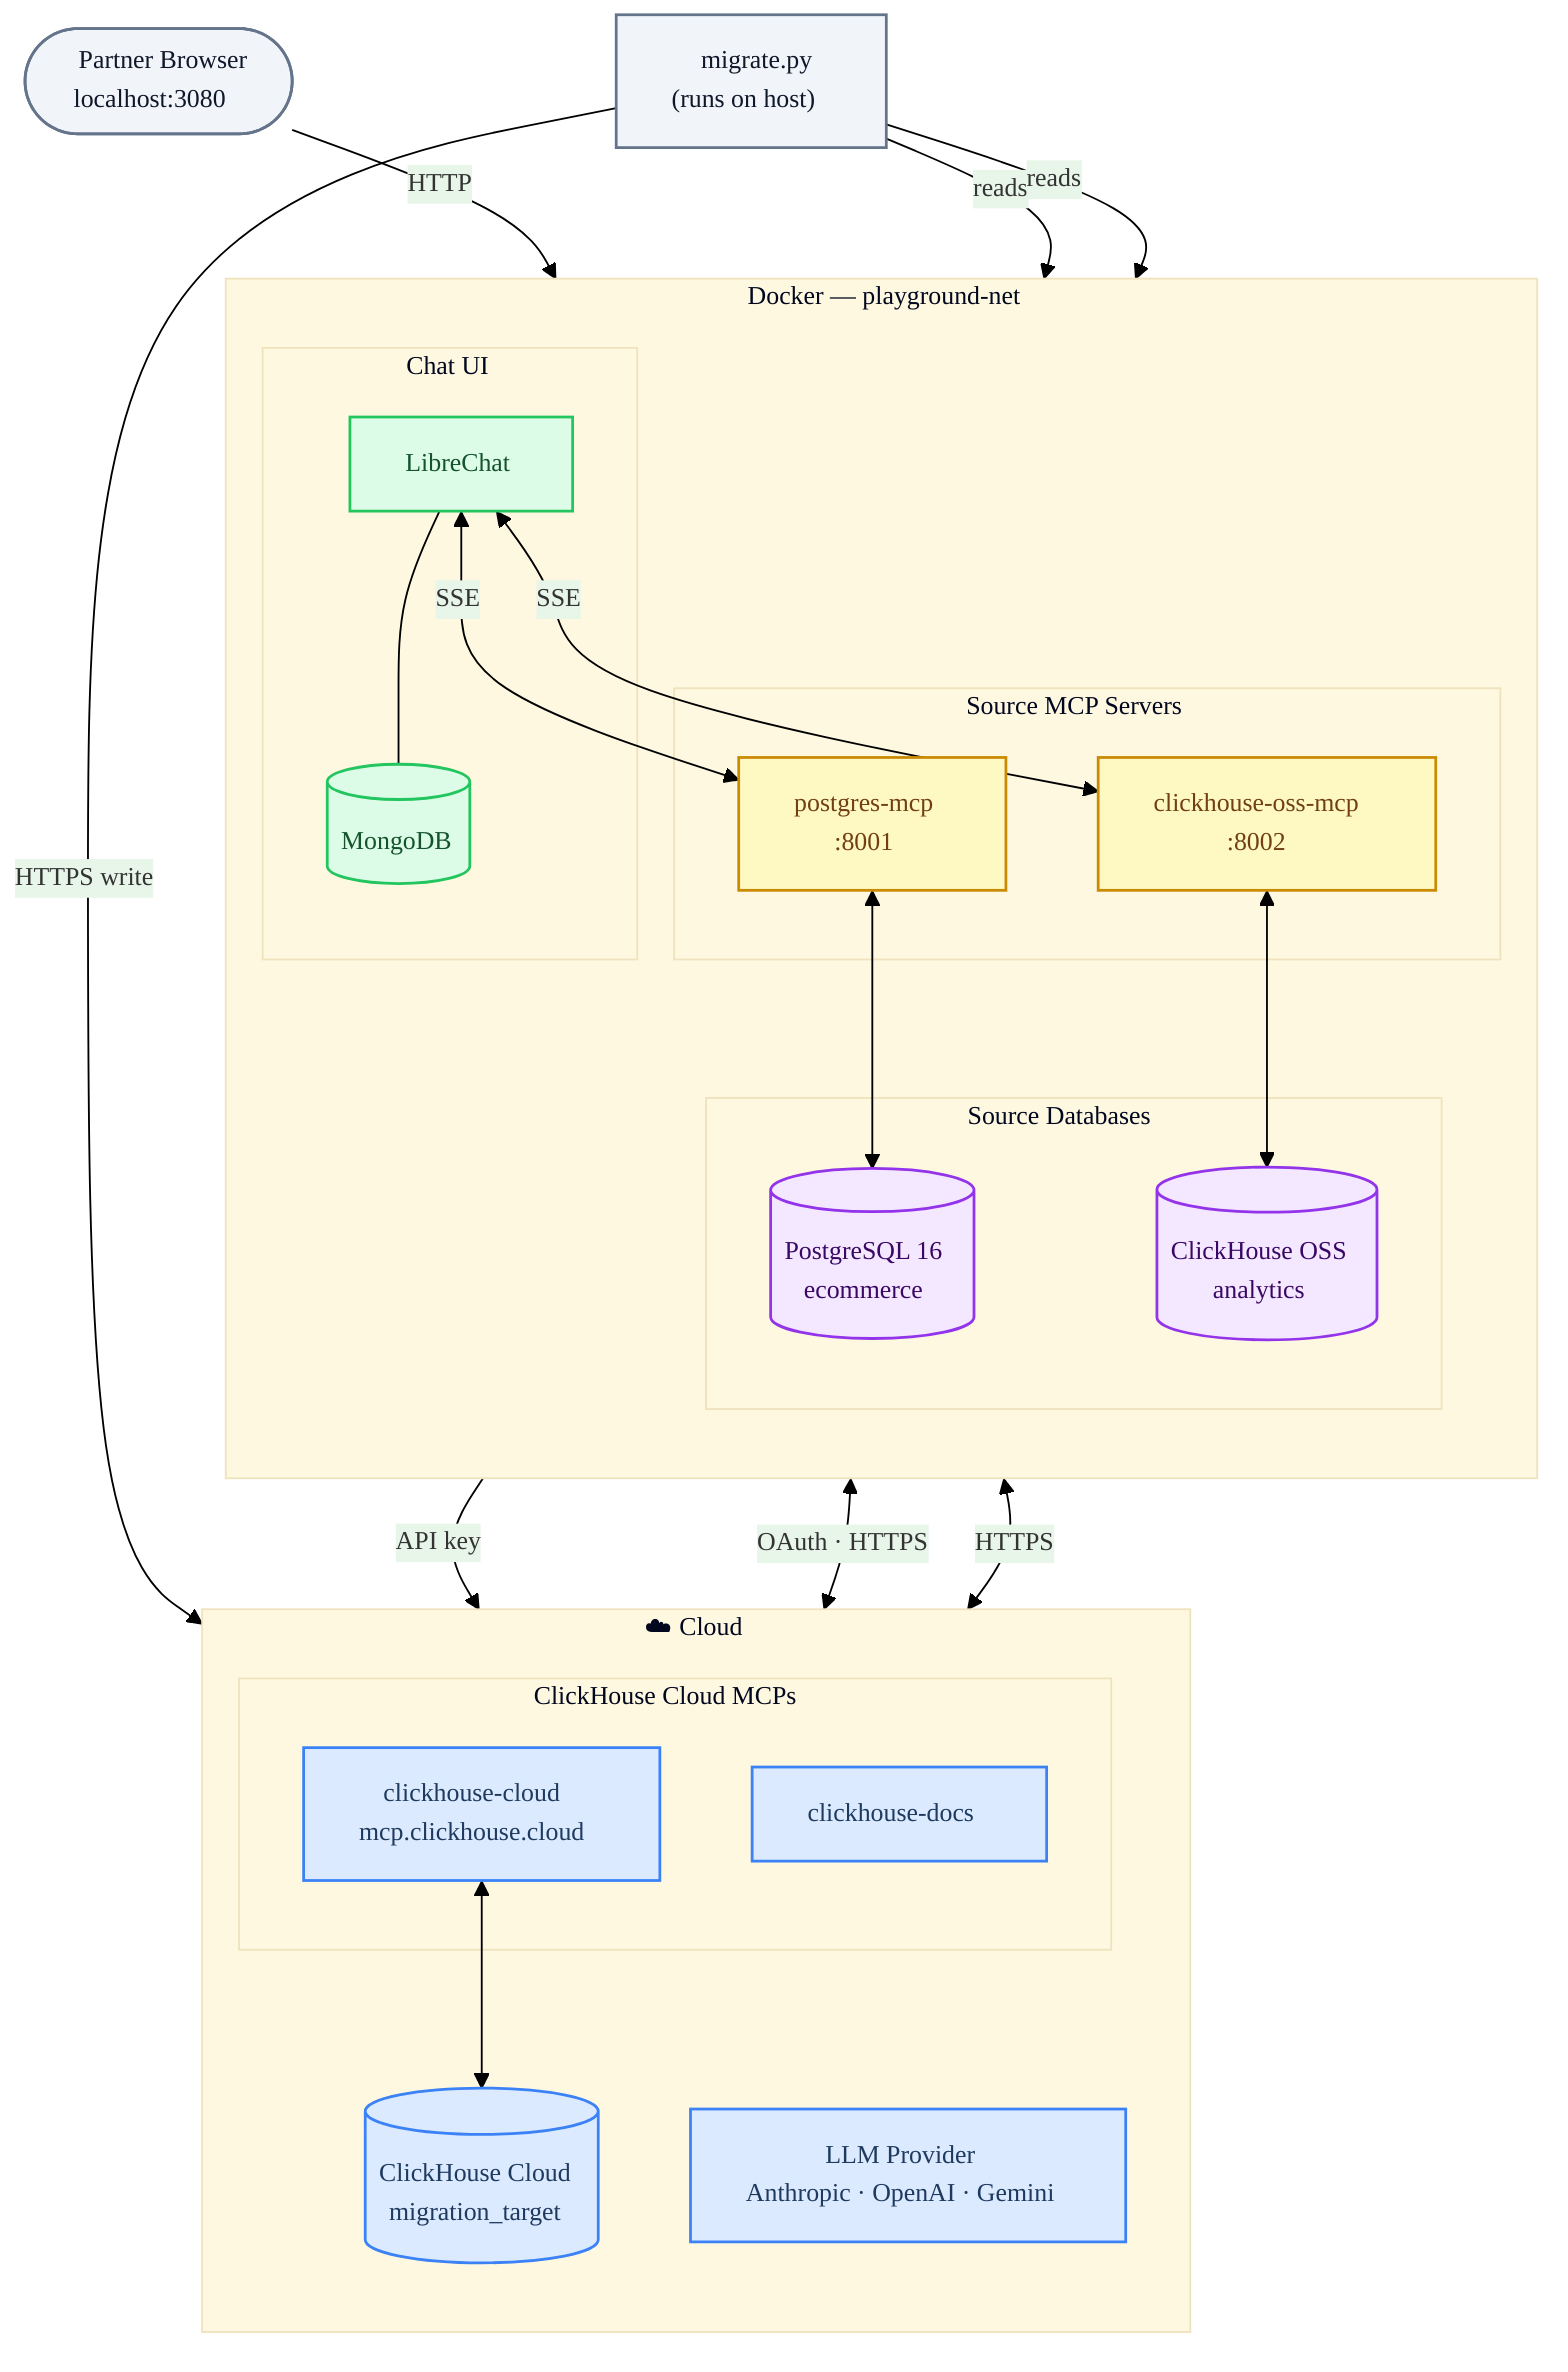
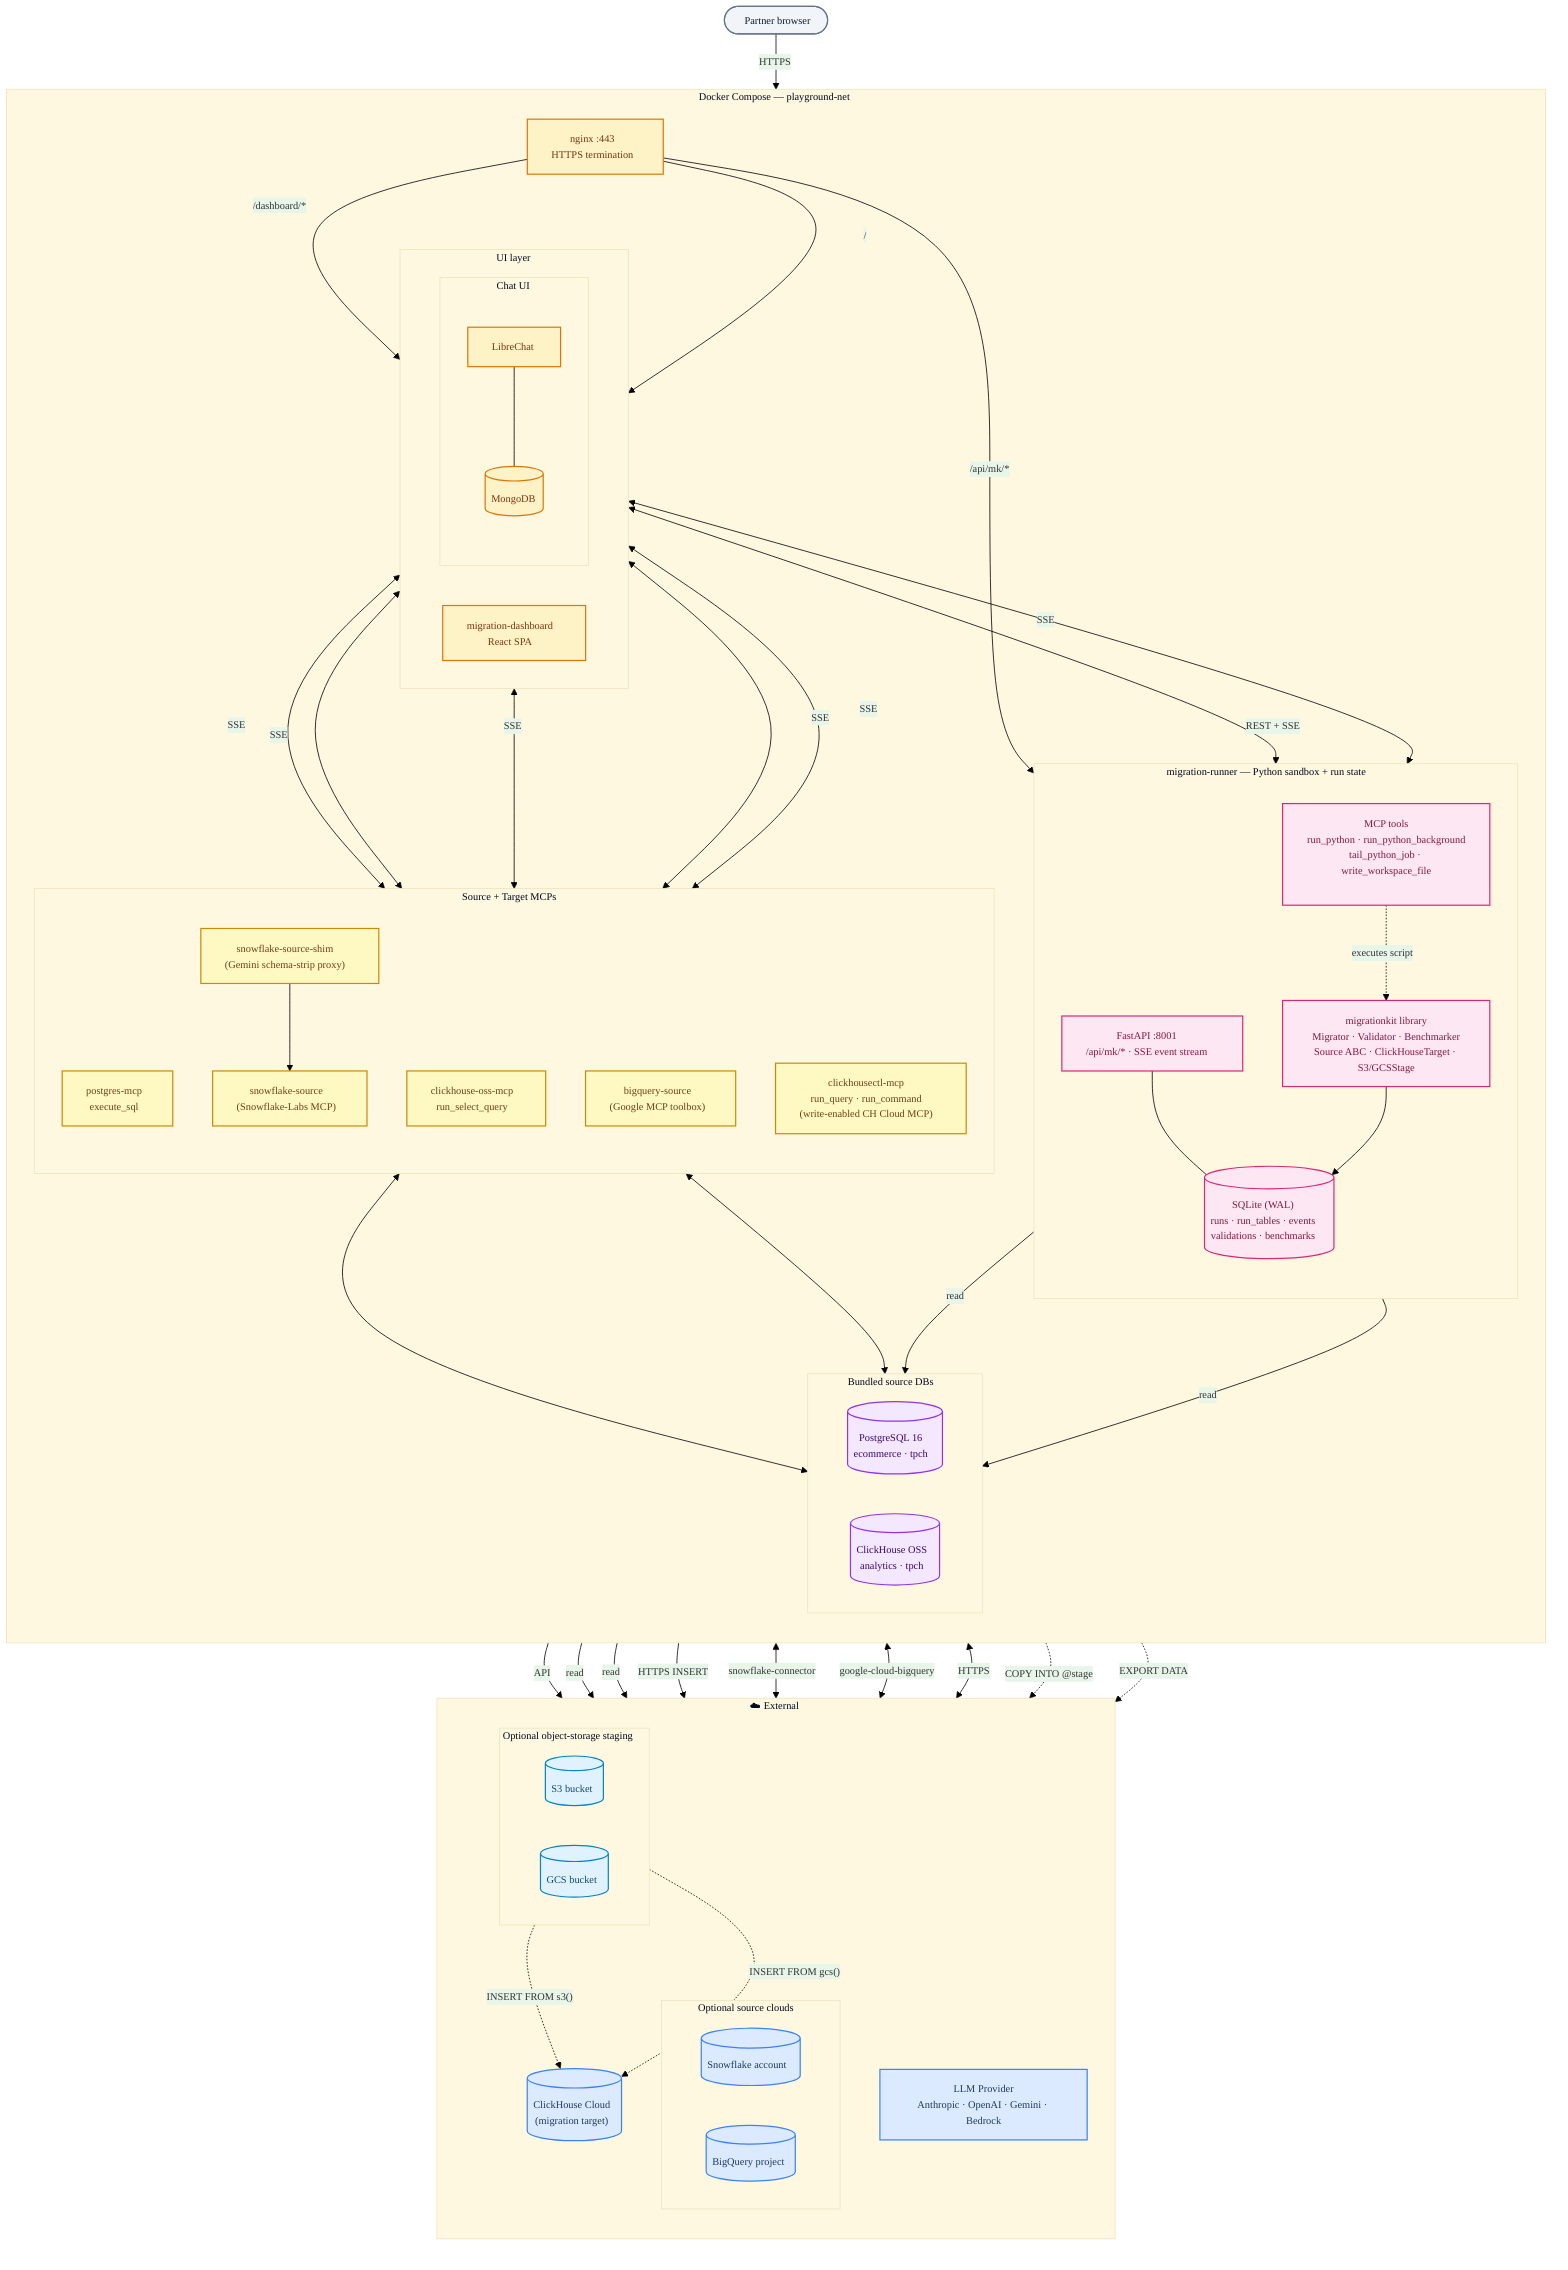
%%{init: {"theme": "base", "themeVariables": {
  "primaryColor": "#e8f4fd",
  "primaryBorderColor": "#2196F3",
  "secondaryColor": "#e8f5e9",
  "tertiaryColor": "#fff8e1",
  "background": "#ffffff",
  "fontFamily": "Segoe UI, Arial, sans-serif",
-   "fontSize": "14px"
+   "fontSize": "13px"
}}}%%

flowchart TB
-     partner(["👤 Partner Browser\nlocalhost:3080"])
-     migrate["🐍 migrate.py\n(runs on host)"]
+     partner(["👤 Partner browser"])

-     subgraph docker["🐳  Docker — playground-net"]
+     subgraph docker["🐳  Docker Compose — playground-net"]
        direction TB

-         subgraph chat["Chat UI"]
-             librechat["LibreChat"]
-             mongo[("MongoDB")]
-             librechat --- mongo
+         nginx["nginx :443\nHTTPS termination"]
+ 
+         subgraph ui["UI layer"]
+             direction LR
+             dashboard["migration-dashboard\nReact SPA"]
+             subgraph chat_block["Chat UI"]
+                 direction TB
+                 librechat["LibreChat"]
+                 mongo[("MongoDB")]
+                 librechat --- mongo
+             end
        end

-         subgraph mcp_local["Source MCP Servers"]
-             pg_mcp["postgres-mcp\n:8001"]
-             ch_oss_mcp["clickhouse-oss-mcp\n:8002"]
+         subgraph runner["migration-runner — Python sandbox + run state"]
+             direction TB
+             runner_mcp["MCP tools\nrun_python · run_python_background\ntail_python_job · write_workspace_file"]
+             migrationkit["migrationkit library\nMigrator · Validator · Benchmarker\nSource ABC · ClickHouseTarget · S3/GCSStage"]
+             runner_api["FastAPI :8001\n/api/mk/* · SSE event stream"]
+             runner_state[("SQLite (WAL)\nruns · run_tables · events\nvalidations · benchmarks")]
        end

-         subgraph src_db["Source Databases"]
-             pg[("PostgreSQL 16\necommerce")]
-             ch_oss[("ClickHouse OSS\nanalytics")]
+         subgraph mcps["Source + Target MCPs"]
+             direction TB
+             pg_mcp["postgres-mcp\nexecute_sql"]
+             ch_oss_mcp["clickhouse-oss-mcp\nrun_select_query"]
+             sf_shim["snowflake-source-shim\n(Gemini schema-strip proxy)"]
+             sf_mcp["snowflake-source\n(Snowflake-Labs MCP)"]
+             bq_mcp["bigquery-source\n(Google MCP toolbox)"]
+             chctl["clickhousectl-mcp\nrun_query · run_command\n(write-enabled CH Cloud MCP)"]
+             sf_shim --> sf_mcp
+         end
+ 
+         subgraph src_dbs["Bundled source DBs"]
+             direction LR
+             pg[("PostgreSQL 16\necommerce · tpch")]
+             ch_oss[("ClickHouse OSS\nanalytics · tpch")]
        end
    end

-     subgraph cloud["☁️  Cloud"]
+     subgraph cloud["☁️  External"]
        direction TB
-         llm["LLM Provider\nAnthropic · OpenAI · Gemini"]
- 
-         subgraph ch_mcps["ClickHouse Cloud MCPs"]
-             ch_cloud_mcp["clickhouse-cloud\nmcp.clickhouse.cloud"]
-             ch_docs_mcp["clickhouse-docs"]
+         llm["LLM Provider\nAnthropic · OpenAI · Gemini · Bedrock"]
+         ch_cloud[("ClickHouse Cloud\n(migration target)")]
+         subgraph optional_src["Optional source clouds"]
+             direction LR
+             sf_acct[("Snowflake account")]
+             bq_proj[("BigQuery project")]
        end
- 
-         ch_cloud[("ClickHouse Cloud\nmigration_target")]
+         subgraph staging["Optional object-storage staging"]
+             direction LR
+             s3[("S3 bucket")]
+             gcs[("GCS bucket")]
+         end
    end

-     partner -->|"HTTP"| librechat
-     librechat -->|"API key"| llm
+     %% Browser entrypoint
+     partner -->|"HTTPS"| nginx
+     nginx -->|"/dashboard/*"| dashboard
+     nginx -->|"/"| librechat
+     nginx -->|"/api/mk/*"| runner_api

+     %% Dashboard ↔ runner API (state + live events)
+     dashboard <-->|"REST + SSE"| runner_api
+     runner_api --- runner_state
+ 
+     %% LibreChat ↔ MCPs + LLM
+     librechat -->|"API"| llm
+     librechat <-->|"SSE"| runner_mcp
    librechat <-->|"SSE"| pg_mcp
    librechat <-->|"SSE"| ch_oss_mcp
-     pg_mcp <-->  pg
+     librechat <-->|"SSE"| sf_shim
+     librechat <-->|"SSE"| bq_mcp
+     librechat <-->|"SSE"| chctl
+ 
+     %% migrationkit data plane (read source, write target, write state)
+     runner_mcp -.->|"executes script"| migrationkit
+     migrationkit --> runner_state
+     migrationkit -->|"read"| pg
+     migrationkit -->|"read"| ch_oss
+     migrationkit -->|"read"| sf_acct
+     migrationkit -->|"read"| bq_proj
+     migrationkit -->|"HTTPS INSERT"| ch_cloud
+ 
+     %% Source-MCP backing-DB connections
+     pg_mcp <--> pg
    ch_oss_mcp <--> ch_oss
+     sf_mcp <-->|"snowflake-connector"| sf_acct
+     bq_mcp <-->|"google-cloud-bigquery"| bq_proj
+     chctl <-->|"HTTPS"| ch_cloud

-     librechat <-->|"OAuth · HTTPS"| ch_cloud_mcp
-     librechat <-->|"HTTPS"| ch_docs_mcp
-     ch_cloud_mcp <--> ch_cloud
+     %% Optional staging paths (dashed)
+     migrationkit -.->|"COPY INTO @stage"| s3
+     s3 -.->|"INSERT FROM s3()"| ch_cloud
+     migrationkit -.->|"EXPORT DATA"| gcs
+     gcs -.->|"INSERT FROM gcs()"| ch_cloud

-     migrate -->|"reads"| pg
-     migrate -->|"reads"| ch_oss
-     migrate -->|"HTTPS write"| ch_cloud
+     %% Styling
+     classDef cloudBox   fill:#dbeafe,stroke:#3b82f6,stroke-width:1.5px,color:#1e3a5f
+     classDef hostNode   fill:#f1f5f9,stroke:#64748b,stroke-width:1.5px,color:#0f172a
+     classDef uiBox      fill:#fef3c7,stroke:#d97706,stroke-width:1.5px,color:#78350f
+     classDef runnerBox  fill:#fce7f3,stroke:#db2777,stroke-width:1.5px,color:#831843
+     classDef mcpBox     fill:#fef9c3,stroke:#ca8a04,stroke-width:1.5px,color:#713f12
+     classDef dbBox      fill:#f3e8ff,stroke:#9333ea,stroke-width:1.5px,color:#3b0764
+     classDef stagingBox fill:#e0f2fe,stroke:#0284c7,stroke-width:1.5px,color:#0c4a6e

-     classDef cloudBox  fill:#dbeafe,stroke:#3b82f6,stroke-width:1.5px,color:#1e3a5f
-     classDef dockerBox fill:#dcfce7,stroke:#22c55e,stroke-width:1.5px,color:#14532d
-     classDef dbNode    fill:#f3e8ff,stroke:#9333ea,stroke-width:1.5px,color:#3b0764
-     classDef mcpNode   fill:#fef9c3,stroke:#ca8a04,stroke-width:1.5px,color:#713f12
-     classDef hostNode  fill:#f1f5f9,stroke:#64748b,stroke-width:1.5px,color:#0f172a
- 
-     class ch_cloud,llm,ch_cloud_mcp,ch_docs_mcp cloudBox
-     class librechat,mongo dockerBox
-     class pg,ch_oss dbNode
-     class pg_mcp,ch_oss_mcp mcpNode
-     class partner,migrate hostNode
+     class llm,ch_cloud,sf_acct,bq_proj cloudBox
+     class s3,gcs stagingBox
+     class partner hostNode
+     class nginx,dashboard,librechat,mongo uiBox
+     class runner_mcp,runner_api,runner_state,migrationkit runnerBox
+     class pg_mcp,ch_oss_mcp,sf_mcp,sf_shim,bq_mcp,chctl mcpBox
+     class pg,ch_oss dbBox
